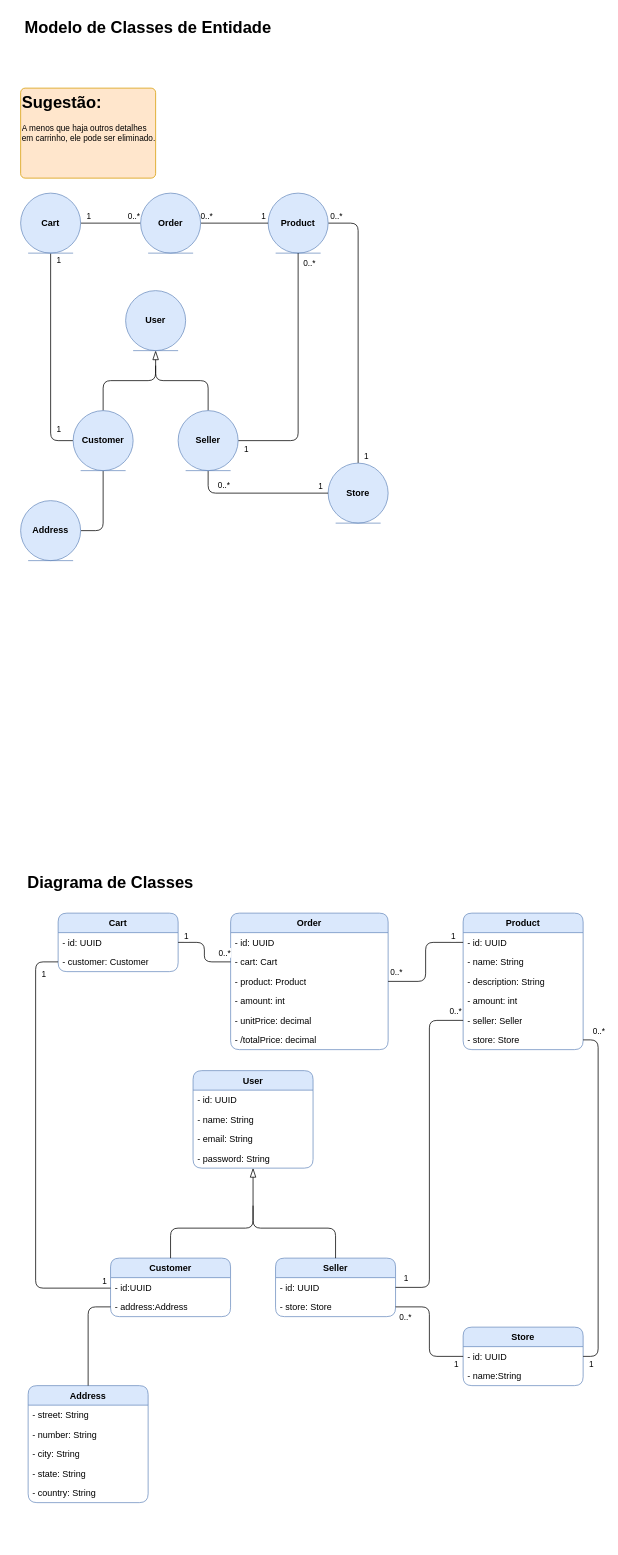
This is docs/Arquitetura do Ecommerce.drawio from VitorPaulinoG/ecommerce, a draw.io file, before an edit. Source tidied: cells renumbered, new cells numbered last; positions are measured from the earlier drawing's top-left corner, leaving out a move shared by most shapes. Both pictures are drawn from the tidied source at 75%, with x=0, y=0 at pixel (20, 13).
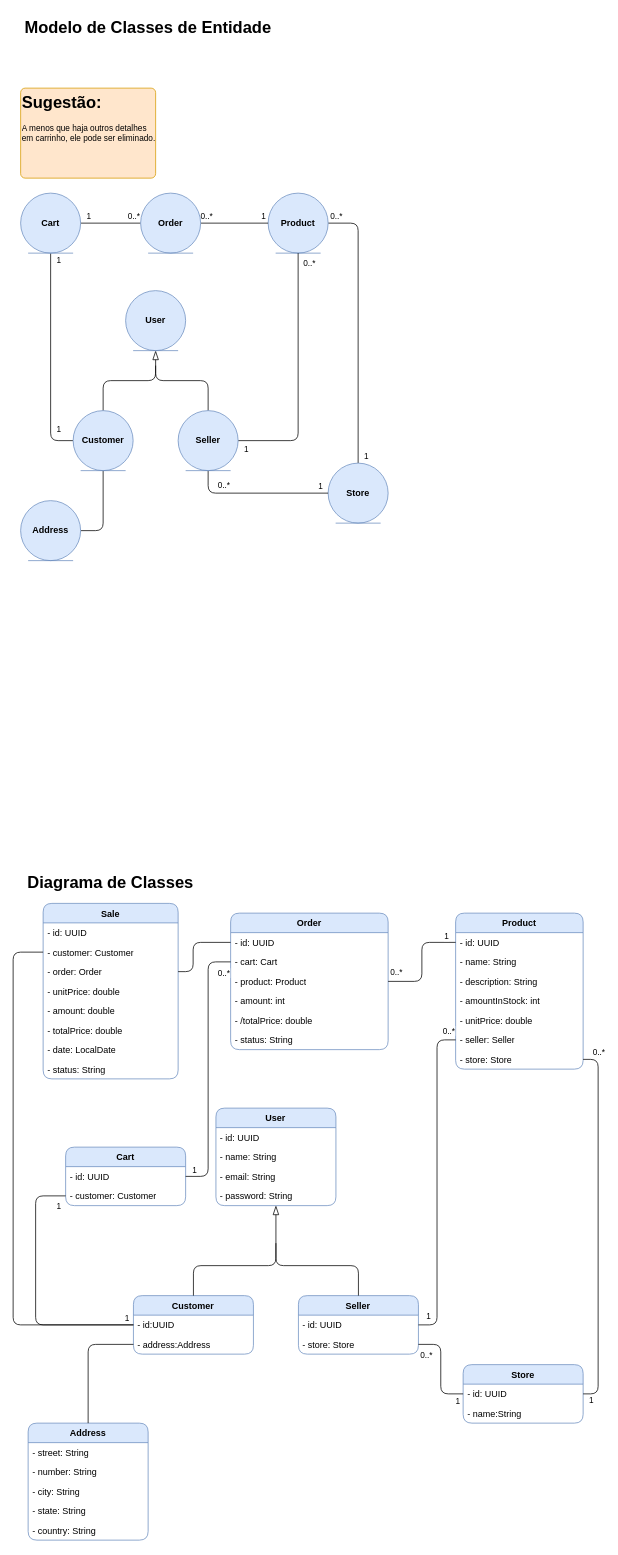
After the change.

Commit message:
Add: Sale entity to Class Diagram

The change refers to these unchanged cells:
```xml
<mxCell id="11" value="- customer: Customer" style="text;align=left;verticalAlign=top;spacingLeft=4;spacingRight=4;overflow=hidden;points=[[0,0.5],[1,0.5]];portConstraint=eastwest;whiteSpace=wrap;html=1;fontFamily=Cascadia Code;" parent="9" vertex="1">
  <mxGeometry y="52" width="160" height="26" as="geometry" />
</mxCell>
<mxCell id="21" value="- id:UUID" style="text;align=left;verticalAlign=top;spacingLeft=4;spacingRight=4;overflow=hidden;points=[[0,0.5],[1,0.5]];portConstraint=eastwest;whiteSpace=wrap;html=1;fontFamily=Cascadia Code;" parent="20" vertex="1">
  <mxGeometry y="26" width="160" height="26" as="geometry" />
</mxCell>
<mxCell id="65" value="Order" style="swimlane;fontStyle=1;align=center;verticalAlign=top;horizontal=1;startSize=26;whiteSpace=wrap;html=1;fontFamily=Cascadia Code;rounded=1;fillColor=#dae8fc;strokeColor=#6c8ebf;" parent="1" vertex="1">
  <mxGeometry x="280" y="1200" width="210" height="182" as="geometry" />
</mxCell>
<mxCell id="66" value="- id: UUID" style="text;align=left;verticalAlign=top;spacingLeft=4;spacingRight=4;overflow=hidden;points=[[0,0.5],[1,0.5]];portConstraint=eastwest;whiteSpace=wrap;html=1;fontFamily=Cascadia Code;" parent="65" vertex="1">
  <mxGeometry y="26" width="210" height="26" as="geometry" />
</mxCell>
<mxCell id="77" style="edgeStyle=orthogonalEdgeStyle;shape=connector;curved=0;rounded=1;jettySize=auto;html=1;entryX=0;entryY=0.5;entryDx=0;entryDy=0;strokeColor=default;align=center;verticalAlign=middle;fontFamily=Helvetica;fontSize=11;fontColor=default;labelBackgroundColor=default;startArrow=none;startFill=0;startSize=10;endArrow=none;endFill=0;endSize=10;" parent="1" edge="1" source="10" target="67">
  <mxGeometry relative="1" as="geometry" />
</mxCell>
```

Change to the diagram source:
```diff
@@
     <mxCell id="2" value="Product" style="swimlane;fontStyle=1;align=center;verticalAlign=top;horizontal=1;startSize=26;whiteSpace=wrap;html=1;fontFamily=Cascadia Code;rounded=1;fillColor=#dae8fc;strokeColor=#6c8ebf;" parent="1" vertex="1">
-      <mxGeometry x="590" y="1200" width="160" height="182" as="geometry" />
+      <mxGeometry x="580" y="1200" width="170" height="208" as="geometry" />
     </mxCell>
     <mxCell id="3" value="- id: UUID" style="text;align=left;verticalAlign=top;spacingLeft=4;spacingRight=4;overflow=hidden;points=[[0,0.5],[1,0.5]];portConstraint=eastwest;whiteSpace=wrap;html=1;fontFamily=Cascadia Code;" parent="2" vertex="1">
-      <mxGeometry y="26" width="160" height="26" as="geometry" />
+      <mxGeometry y="26" width="170" height="26" as="geometry" />
     </mxCell>
     <mxCell id="4" value="- name: String" style="text;align=left;verticalAlign=top;spacingLeft=4;spacingRight=4;overflow=hidden;whiteSpace=wrap;html=1;fontFamily=Cascadia Code;" parent="2" vertex="1">
-      <mxGeometry y="52" width="160" height="26" as="geometry" />
+      <mxGeometry y="52" width="170" height="26" as="geometry" />
     </mxCell>
     <mxCell id="5" value="- description: String" style="text;align=left;verticalAlign=top;spacingLeft=4;spacingRight=4;overflow=hidden;whiteSpace=wrap;html=1;fontFamily=Cascadia Code;" parent="2" vertex="1">
-      <mxGeometry y="78" width="160" height="26" as="geometry" />
+      <mxGeometry y="78" width="170" height="26" as="geometry" />
     </mxCell>
-    <mxCell id="6" value="- amount: int" style="text;align=left;verticalAlign=top;spacingLeft=4;spacingRight=4;overflow=hidden;whiteSpace=wrap;html=1;fontFamily=Cascadia Code;" parent="2" vertex="1">
-      <mxGeometry y="104" width="160" height="26" as="geometry" />
+    <mxCell id="6" value="- amountInStock: int" style="text;align=left;verticalAlign=top;spacingLeft=4;spacingRight=4;overflow=hidden;whiteSpace=wrap;html=1;fontFamily=Cascadia Code;" parent="2" vertex="1">
+      <mxGeometry y="104" width="170" height="26" as="geometry" />
     </mxCell>
+    <mxCell id="92" value="- unitPrice: double" style="text;align=left;verticalAlign=top;spacingLeft=4;spacingRight=4;overflow=hidden;whiteSpace=wrap;html=1;fontFamily=Cascadia Code;" parent="2" vertex="1">
+      <mxGeometry y="130" width="170" height="26" as="geometry" />
+    </mxCell>
     <mxCell id="7" value="- seller: Seller" style="text;align=left;verticalAlign=top;spacingLeft=4;spacingRight=4;overflow=hidden;points=[[0,0.5],[1,0.5]];portConstraint=eastwest;whiteSpace=wrap;html=1;fontFamily=Cascadia Code;" parent="2" vertex="1">
-      <mxGeometry y="130" width="160" height="26" as="geometry" />
+      <mxGeometry y="156" width="170" height="26" as="geometry" />
     </mxCell>
     <mxCell id="8" value="- store: Store" style="text;align=left;verticalAlign=top;spacingLeft=4;spacingRight=4;overflow=hidden;points=[[0,0.5],[1,0.5]];portConstraint=eastwest;whiteSpace=wrap;html=1;fontFamily=Cascadia Code;" parent="2" vertex="1">
-      <mxGeometry y="156" width="160" height="26" as="geometry" />
+      <mxGeometry y="182" width="170" height="26" as="geometry" />
     </mxCell>
     <mxCell id="9" value="Cart" style="swimlane;fontStyle=1;align=center;verticalAlign=top;horizontal=1;startSize=26;whiteSpace=wrap;html=1;fontFamily=Cascadia Code;rounded=1;fillColor=#dae8fc;strokeColor=#6c8ebf;" parent="1" vertex="1">
-      <mxGeometry x="50" y="1200" width="160" height="78" as="geometry" />
+      <mxGeometry x="60" y="1512" width="160" height="78" as="geometry" />
     </mxCell>
@@
     <mxCell id="12" value="User" style="swimlane;fontStyle=1;align=center;verticalAlign=top;horizontal=1;startSize=26;whiteSpace=wrap;html=1;fontFamily=Cascadia Code;rounded=1;fillColor=#dae8fc;strokeColor=#6c8ebf;" parent="1" vertex="1">
-      <mxGeometry x="229.9" y="1410" width="160" height="130" as="geometry" />
+      <mxGeometry x="260.4" y="1460" width="160" height="130" as="geometry" />
     </mxCell>
@@
     <mxCell id="17" value="Seller" style="swimlane;fontStyle=1;align=center;verticalAlign=top;horizontal=1;startSize=26;whiteSpace=wrap;html=1;fontFamily=Cascadia Code;rounded=1;fillColor=#dae8fc;strokeColor=#6c8ebf;" parent="1" vertex="1">
-      <mxGeometry x="339.9" y="1660" width="160" height="78" as="geometry" />
+      <mxGeometry x="370.4" y="1710" width="160" height="78" as="geometry" />
     </mxCell>
@@
     <mxCell id="20" value="Customer" style="swimlane;fontStyle=1;align=center;verticalAlign=top;horizontal=1;startSize=26;whiteSpace=wrap;html=1;fontFamily=Cascadia Code;rounded=1;fillColor=#dae8fc;strokeColor=#6c8ebf;" parent="1" vertex="1">
-      <mxGeometry x="119.9" y="1660" width="160" height="78" as="geometry" />
+      <mxGeometry x="150.4" y="1710" width="160" height="78" as="geometry" />
     </mxCell>
@@
     <mxCell id="23" value="Address" style="swimlane;fontStyle=1;align=center;verticalAlign=top;horizontal=1;startSize=26;whiteSpace=wrap;html=1;fontFamily=Cascadia Code;rounded=1;fillColor=#dae8fc;strokeColor=#6c8ebf;" parent="1" vertex="1">
-      <mxGeometry x="10" y="1830" width="160" height="156" as="geometry" />
+      <mxGeometry x="10" y="1880" width="160" height="156" as="geometry" />
     </mxCell>
@@
     <mxCell id="29" value="Store" style="swimlane;fontStyle=1;align=center;verticalAlign=top;horizontal=1;startSize=26;whiteSpace=wrap;html=1;fontFamily=Cascadia Code;rounded=1;fillColor=#dae8fc;strokeColor=#6c8ebf;" parent="1" vertex="1">
-      <mxGeometry x="590" y="1752" width="160" height="78" as="geometry" />
+      <mxGeometry x="590" y="1802" width="160" height="78" as="geometry" />
     </mxCell>
@@
     <mxCell id="63" style="edgeStyle=orthogonalEdgeStyle;rounded=1;jettySize=auto;html=1;entryX=0.5;entryY=0;entryDx=0;entryDy=0;endArrow=none;endFill=0;endSize=10;curved=0;startArrow=blockThin;startFill=0;startSize=10;" parent="1" edge="1" source="12" target="20">
       <mxGeometry relative="1" as="geometry">
         <Array as="points">
-          <mxPoint x="309.9" y="1620" />
-          <mxPoint x="199.9" y="1620" />
+          <mxPoint x="340.4" y="1670" />
+          <mxPoint x="230.4" y="1670" />
         </Array>
       </mxGeometry>
     </mxCell>
     <mxCell id="64" style="edgeStyle=orthogonalEdgeStyle;rounded=1;jettySize=auto;html=1;entryX=0.5;entryY=0;entryDx=0;entryDy=0;endArrow=none;endFill=0;endSize=10;curved=0;" parent="1" edge="1" target="17">
       <mxGeometry relative="1" as="geometry">
-        <mxPoint x="309.9" y="1590" as="sourcePoint" />
+        <mxPoint x="340.4" y="1640" as="sourcePoint" />
         <Array as="points">
-          <mxPoint x="309.9" y="1620" />
-          <mxPoint x="419.9" y="1620" />
+          <mxPoint x="340.4" y="1670" />
+          <mxPoint x="450.4" y="1670" />
         </Array>
       </mxGeometry>
     </mxCell>
@@
-    <mxCell id="70" value="- unitPrice: decimal" style="text;align=left;verticalAlign=top;spacingLeft=4;spacingRight=4;overflow=hidden;whiteSpace=wrap;html=1;fontFamily=Cascadia Code;" parent="65" vertex="1">
-      <mxGeometry y="130" width="210" height="26" as="geometry" />
-    </mxCell>
-    <mxCell id="71" value="- /totalPrice: decimal" style="text;align=left;verticalAlign=top;spacingLeft=4;spacingRight=4;overflow=hidden;whiteSpace=wrap;html=1;fontFamily=Cascadia Code;" parent="65" vertex="1">
-      <mxGeometry y="156" width="210" height="26" as="geometry" />
+    <mxCell id="71" value="- /totalPrice: double" style="text;align=left;verticalAlign=top;spacingLeft=4;spacingRight=4;overflow=hidden;whiteSpace=wrap;html=1;fontFamily=Cascadia Code;" parent="65" vertex="1">
+      <mxGeometry y="130" width="210" height="26" as="geometry" />
     </mxCell>
+    <mxCell id="93" value="- status: String" style="text;align=left;verticalAlign=top;spacingLeft=4;spacingRight=4;overflow=hidden;whiteSpace=wrap;html=1;fontFamily=Cascadia Code;" parent="65" vertex="1">
+      <mxGeometry y="156" width="210" height="26" as="geometry" />
+    </mxCell>
@@
     <mxCell id="78" value="0..*" style="edgeLabel;html=1;align=center;verticalAlign=middle;fontFamily=Helvetica;fontSize=11;fontColor=default;labelBackgroundColor=default;" parent="77" vertex="1">
       <mxGeometry x="0.72" relative="1" as="geometry">
-        <mxPoint x="4" y="-13" as="offset" />
+        <mxPoint x="20" y="-4" as="offset" />
       </mxGeometry>
     </mxCell>
     <mxCell id="79" value="1" style="edgeLabel;html=1;align=center;verticalAlign=middle;fontFamily=Helvetica;fontSize=11;fontColor=default;labelBackgroundColor=default;" parent="77" vertex="1">
       <mxGeometry x="-0.89" relative="1" as="geometry">
-        <mxPoint x="5" y="-9" as="offset" />
+        <mxPoint x="-8" y="-9" as="offset" />
       </mxGeometry>
     </mxCell>
-    <mxCell id="80" style="edgeStyle=orthogonalEdgeStyle;shape=connector;curved=0;rounded=1;jettySize=auto;html=1;exitX=0;exitY=0.5;exitDx=0;exitDy=0;strokeColor=default;align=center;verticalAlign=middle;fontFamily=Helvetica;fontSize=11;fontColor=default;labelBackgroundColor=default;startArrow=none;startFill=0;startSize=10;endArrow=none;endFill=0;endSize=10;" parent="1" edge="1" source="11" target="20">
+    <mxCell id="80" style="edgeStyle=orthogonalEdgeStyle;shape=connector;curved=0;rounded=1;jettySize=auto;html=1;exitX=0;exitY=0.5;exitDx=0;exitDy=0;strokeColor=default;align=center;verticalAlign=middle;fontFamily=Helvetica;fontSize=11;fontColor=default;labelBackgroundColor=default;startArrow=none;startFill=0;startSize=10;endArrow=none;endFill=0;endSize=10;entryX=0;entryY=0.5;entryDx=0;entryDy=0;" parent="1" edge="1" source="11" target="21">
       <mxGeometry relative="1" as="geometry">
         <Array as="points">
-          <mxPoint x="20" y="1265" />
-          <mxPoint x="20" y="1700" />
+          <mxPoint x="20" y="1577" />
+          <mxPoint x="20" y="1749" />
         </Array>
       </mxGeometry>
     </mxCell>
     <mxCell id="81" value="1" style="edgeLabel;html=1;align=center;verticalAlign=middle;fontFamily=Helvetica;fontSize=11;fontColor=default;labelBackgroundColor=default;" parent="80" vertex="1">
       <mxGeometry x="0.98" y="-2" relative="1" as="geometry">
-        <mxPoint x="-3" y="-12" as="offset" />
+        <mxPoint x="-6" y="-12" as="offset" />
       </mxGeometry>
     </mxCell>
     <mxCell id="82" value="1" style="edgeLabel;html=1;align=center;verticalAlign=middle;fontFamily=Helvetica;fontSize=11;fontColor=default;labelBackgroundColor=default;" parent="80" vertex="1">
       <mxGeometry x="-0.97" y="-1" relative="1" as="geometry">
-        <mxPoint x="-12" y="16" as="offset" />
+        <mxPoint x="-5" y="14" as="offset" />
       </mxGeometry>
     </mxCell>
@@
+    <mxCell id="94" value="Sale" style="swimlane;fontStyle=1;align=center;verticalAlign=top;horizontal=1;startSize=26;whiteSpace=wrap;html=1;fontFamily=Cascadia Code;rounded=1;fillColor=#dae8fc;strokeColor=#6c8ebf;" parent="1" vertex="1">
+      <mxGeometry x="30" y="1187" width="180" height="234" as="geometry" />
+    </mxCell>
+    <mxCell id="95" value="- id: UUID" style="text;align=left;verticalAlign=top;spacingLeft=4;spacingRight=4;overflow=hidden;whiteSpace=wrap;html=1;fontFamily=Cascadia Code;" parent="94" vertex="1">
+      <mxGeometry y="26" width="180" height="26" as="geometry" />
+    </mxCell>
+    <mxCell id="96" value="- customer: Customer" style="text;align=left;verticalAlign=top;spacingLeft=4;spacingRight=4;overflow=hidden;points=[[0,0.5],[1,0.5]];portConstraint=eastwest;whiteSpace=wrap;html=1;fontFamily=Cascadia Code;" parent="94" vertex="1">
+      <mxGeometry y="52" width="180" height="26" as="geometry" />
+    </mxCell>
+    <mxCell id="97" value="- order: Order" style="text;align=left;verticalAlign=top;spacingLeft=4;spacingRight=4;overflow=hidden;points=[[0,0.5],[1,0.5]];portConstraint=eastwest;whiteSpace=wrap;html=1;fontFamily=Cascadia Code;" parent="94" vertex="1">
+      <mxGeometry y="78" width="180" height="26" as="geometry" />
+    </mxCell>
+    <mxCell id="98" value="- unitPrice: double" style="text;align=left;verticalAlign=top;spacingLeft=4;spacingRight=4;overflow=hidden;whiteSpace=wrap;html=1;fontFamily=Cascadia Code;" parent="94" vertex="1">
+      <mxGeometry y="104" width="180" height="26" as="geometry" />
+    </mxCell>
+    <mxCell id="99" value="- amount: double" style="text;align=left;verticalAlign=top;spacingLeft=4;spacingRight=4;overflow=hidden;whiteSpace=wrap;html=1;fontFamily=Cascadia Code;" parent="94" vertex="1">
+      <mxGeometry y="130" width="180" height="26" as="geometry" />
+    </mxCell>
+    <mxCell id="100" value="- totalPrice: double" style="text;align=left;verticalAlign=top;spacingLeft=4;spacingRight=4;overflow=hidden;whiteSpace=wrap;html=1;fontFamily=Cascadia Code;" parent="94" vertex="1">
+      <mxGeometry y="156" width="180" height="26" as="geometry" />
+    </mxCell>
+    <mxCell id="101" value="- date: LocalDate" style="text;align=left;verticalAlign=top;spacingLeft=4;spacingRight=4;overflow=hidden;whiteSpace=wrap;html=1;fontFamily=Cascadia Code;" parent="94" vertex="1">
+      <mxGeometry y="182" width="180" height="26" as="geometry" />
+    </mxCell>
+    <mxCell id="102" value="- status: String" style="text;align=left;verticalAlign=top;spacingLeft=4;spacingRight=4;overflow=hidden;whiteSpace=wrap;html=1;fontFamily=Cascadia Code;" parent="94" vertex="1">
+      <mxGeometry y="208" width="180" height="26" as="geometry" />
+    </mxCell>
+    <mxCell id="103" style="edgeStyle=orthogonalEdgeStyle;rounded=1;jettySize=auto;html=1;curved=0;endArrow=none;endFill=0;entryX=0;entryY=0.5;entryDx=0;entryDy=0;" parent="1" edge="1" source="21" target="96">
+      <mxGeometry relative="1" as="geometry">
+        <Array as="points">
+          <mxPoint x="-10" y="1749" />
+          <mxPoint x="-10" y="1252" />
+        </Array>
+      </mxGeometry>
+    </mxCell>
+    <mxCell id="104" style="edgeStyle=orthogonalEdgeStyle;rounded=1;jettySize=auto;html=1;curved=0;endArrow=none;endFill=0;" parent="1" edge="1" source="97" target="66">
+      <mxGeometry relative="1" as="geometry">
+        <Array as="points">
+          <mxPoint x="230" y="1278" />
+          <mxPoint x="230" y="1239" />
+        </Array>
+      </mxGeometry>
+    </mxCell>
```
